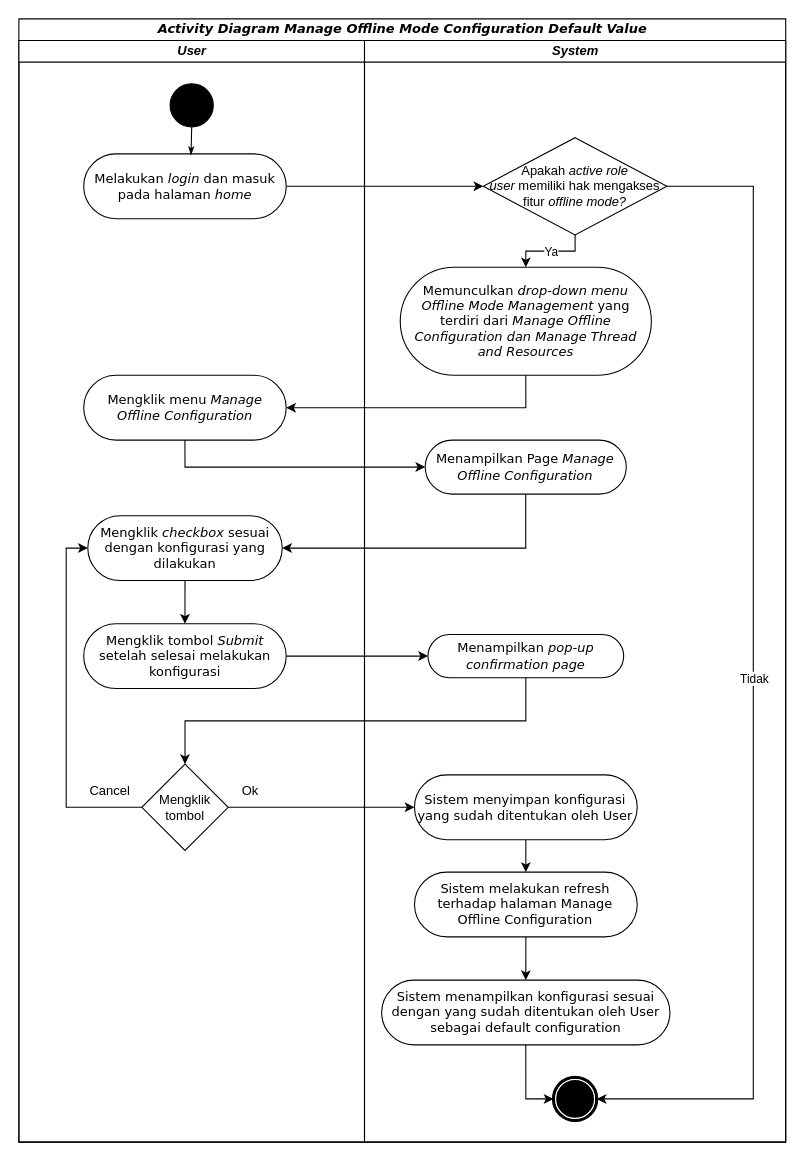
Before: diagrams/2. change_user_role/Activity Diagram.drawio in angeliawidjaja/offline-mode-paper, a draw.io diagram. Source tidied: cells renumbered, new cells numbered last; positions are measured from the earlier drawing's top-left corner, leaving out a move shared by most shapes. Both pictures are drawn from the tidied source at 108%, with x=0, y=0 at pixel (18, 18).
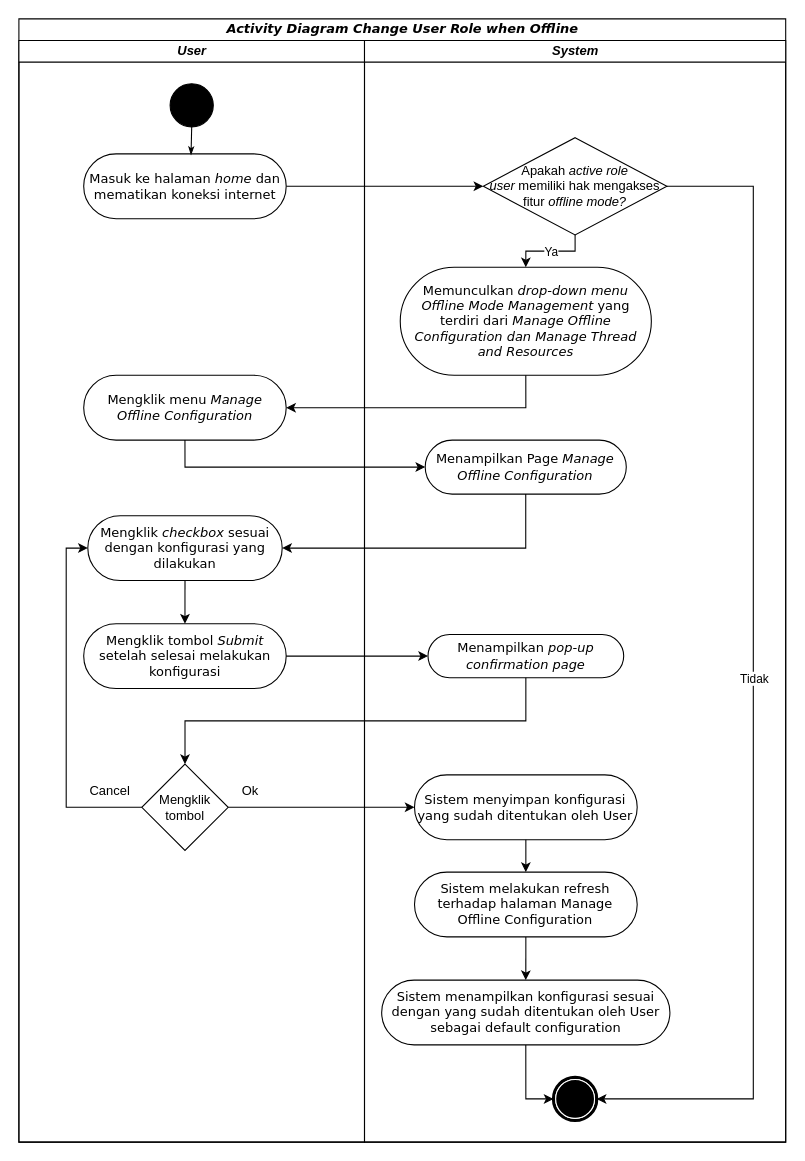
Above is the later version.

The change refers to these unchanged cells:
```xml
<mxCell id="4" value="&lt;i&gt;User&lt;/i&gt;" style="swimlane;html=1;startSize=20;" parent="2" vertex="1">
  <mxGeometry y="20" width="320" height="1020" as="geometry" />
</mxCell>
```

Change to the diagram source:
```diff
@@
-    <mxCell id="2" value="&lt;i&gt;Activity Diagram&lt;/i&gt;&amp;nbsp;&lt;i&gt;Manage Offline Mode Configuration Default Value&lt;/i&gt;" style="swimlane;html=1;startSize=20;rounded=0;shadow=0;comic=0;labelBackgroundColor=none;strokeWidth=1;fontFamily=Verdana;fontSize=12;align=center;" parent="1" vertex="1">
+    <mxCell id="2" value="&lt;i&gt;Activity Diagram&lt;/i&gt;&amp;nbsp;&lt;i&gt;Change User Role when Offline&lt;/i&gt;" style="swimlane;html=1;startSize=20;rounded=0;shadow=0;comic=0;labelBackgroundColor=none;strokeWidth=1;fontFamily=Verdana;fontSize=12;align=center;" parent="1" vertex="1">
       <mxGeometry width="710" height="1040" as="geometry" />
     </mxCell>
@@
-    <mxCell id="6" value="Melakukan &lt;i&gt;login &lt;/i&gt;dan masuk pada halaman &lt;i&gt;home&lt;/i&gt;" style="rounded=1;whiteSpace=wrap;html=1;shadow=0;comic=0;labelBackgroundColor=none;strokeWidth=1;fontFamily=Verdana;fontSize=12;align=center;arcSize=50;" parent="4" vertex="1">
+    <mxCell id="6" value="Masuk ke halaman &lt;i&gt;home &lt;/i&gt;dan mematikan koneksi internet" style="rounded=1;whiteSpace=wrap;html=1;shadow=0;comic=0;labelBackgroundColor=none;strokeWidth=1;fontFamily=Verdana;fontSize=12;align=center;arcSize=50;" parent="4" vertex="1">
       <mxGeometry x="60" y="105" width="187.5" height="60" as="geometry" />
     </mxCell>
```
